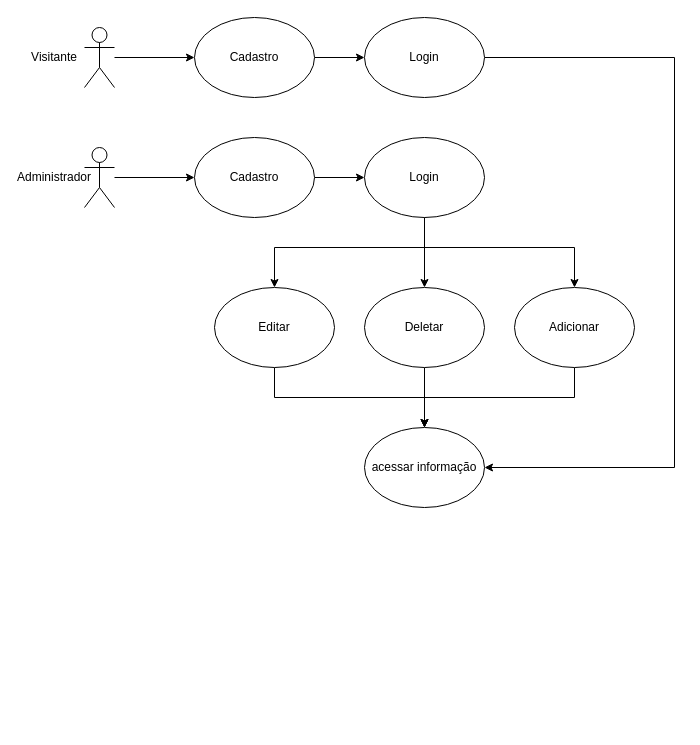
NatanMB132/Projeto2025 keeps this draw.io diagram as ppo25.drawio. Above is the earlier version. Source tidied: cells renumbered, new cells numbered last; positions are measured from the earlier drawing's top-left corner, leaving out a move shared by most shapes. Both pictures are drawn from the tidied source at 100%, with x=0, y=0 at pixel (24, 17).
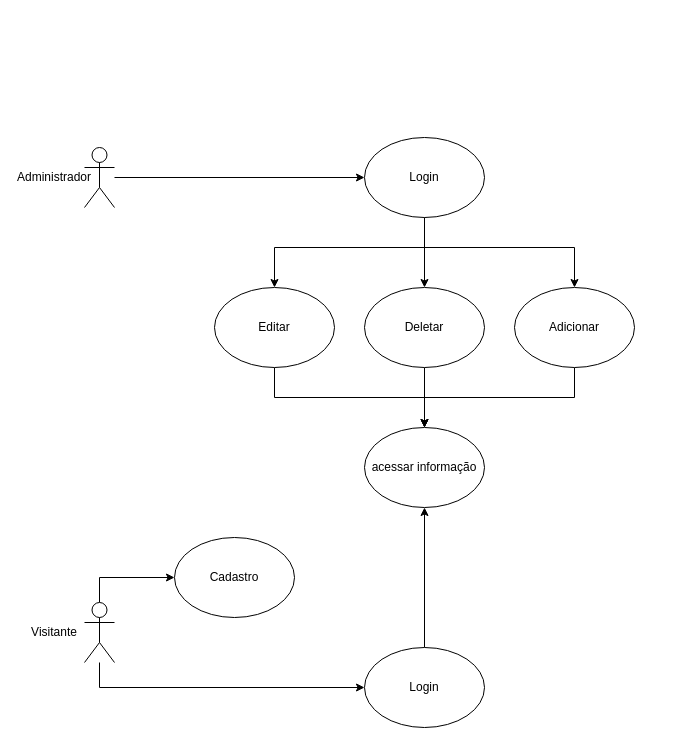
Above is the later version.

Unchanged cells that the change refers to:
```xml
<mxCell id="5" style="shape=umlActor;verticalLabelPosition=bottom;verticalAlign=top;html=1;outlineConnect=0;" parent="1" vertex="1">
  <mxGeometry x="60" y="130" width="30" height="60" as="geometry" />
</mxCell>
<mxCell id="10" value="acessar informação" style="ellipse;whiteSpace=wrap;html=1;" parent="1" vertex="1">
  <mxGeometry x="340" y="410" width="120" height="80" as="geometry" />
</mxCell>
<mxCell id="24" value="Login" style="ellipse;whiteSpace=wrap;html=1;" parent="1" vertex="1">
  <mxGeometry x="340" y="120" width="120" height="80" as="geometry" />
</mxCell>
```

Diff of the diagram source:
```diff
@@
     <mxCell id="2" style="edgeStyle=orthogonalEdgeStyle;rounded=0;jettySize=auto;html=1;" parent="1" edge="1" source="3" target="9">
-      <mxGeometry relative="1" as="geometry" />
+      <mxGeometry relative="1" as="geometry">
+        <Array as="points">
+          <mxPoint x="75" y="560" />
+        </Array>
+      </mxGeometry>
     </mxCell>
+    <mxCell id="25" style="edgeStyle=orthogonalEdgeStyle;rounded=0;jettySize=auto;html=1;" parent="1" edge="1" source="3" target="7">
+      <mxGeometry relative="1" as="geometry">
+        <Array as="points">
+          <mxPoint x="75" y="670" />
+        </Array>
+      </mxGeometry>
+    </mxCell>
     <mxCell id="3" style="shape=umlActor;verticalLabelPosition=bottom;verticalAlign=top;html=1;outlineConnect=0;textShadow=0;shadow=0;" parent="1" vertex="1">
-      <mxGeometry x="60" y="10" width="30" height="60" as="geometry" />
+      <mxGeometry x="60" y="585" width="30" height="60" as="geometry" />
     </mxCell>
-    <mxCell id="4" style="edgeStyle=orthogonalEdgeStyle;rounded=0;jettySize=auto;html=1;" parent="1" edge="1" source="5" target="20">
-      <mxGeometry relative="1" as="geometry" />
-    </mxCell>
+    <mxCell id="26" style="edgeStyle=orthogonalEdgeStyle;rounded=0;jettySize=auto;html=1;" parent="1" edge="1" source="5" target="24">
+      <mxGeometry relative="1" as="geometry" />
+    </mxCell>
@@
-    <mxCell id="6" style="edgeStyle=orthogonalEdgeStyle;rounded=0;jettySize=auto;html=1;entryX=1;entryY=0.5;entryDx=0;entryDy=0;" parent="1" edge="1" source="7" target="10">
-      <mxGeometry relative="1" as="geometry">
-        <Array as="points">
-          <mxPoint x="650" y="40" />
-          <mxPoint x="650" y="450" />
-        </Array>
-      </mxGeometry>
+    <mxCell id="6" style="edgeStyle=orthogonalEdgeStyle;rounded=0;jettySize=auto;html=1;" parent="1" edge="1" source="7" target="10">
+      <mxGeometry relative="1" as="geometry" />
     </mxCell>
     <mxCell id="7" value="Login" style="ellipse;whiteSpace=wrap;html=1;" parent="1" vertex="1">
-      <mxGeometry x="340" width="120" height="80" as="geometry" />
+      <mxGeometry x="340" y="630" width="120" height="80" as="geometry" />
     </mxCell>
-    <mxCell id="8" style="edgeStyle=orthogonalEdgeStyle;rounded=0;jettySize=auto;html=1;" parent="1" edge="1" source="9" target="7">
-      <mxGeometry relative="1" as="geometry" />
-    </mxCell>
     <mxCell id="9" value="Cadastro" style="ellipse;whiteSpace=wrap;html=1;" parent="1" vertex="1">
-      <mxGeometry x="170" width="120" height="80" as="geometry" />
+      <mxGeometry x="150" y="520" width="120" height="80" as="geometry" />
     </mxCell>
@@
     <mxCell id="18" value="Visitante" style="text;html=1;align=center;verticalAlign=middle;whiteSpace=wrap;rounded=0;" parent="1" vertex="1">
-      <mxGeometry y="25" width="60" height="30" as="geometry" />
+      <mxGeometry y="600" width="60" height="30" as="geometry" />
     </mxCell>
-    <mxCell id="19" style="edgeStyle=orthogonalEdgeStyle;rounded=0;jettySize=auto;html=1;" parent="1" edge="1" source="20" target="24">
-      <mxGeometry relative="1" as="geometry" />
-    </mxCell>
-    <mxCell id="20" value="Cadastro" style="ellipse;whiteSpace=wrap;html=1;" parent="1" vertex="1">
-      <mxGeometry x="170" y="120" width="120" height="80" as="geometry" />
-    </mxCell>
```
